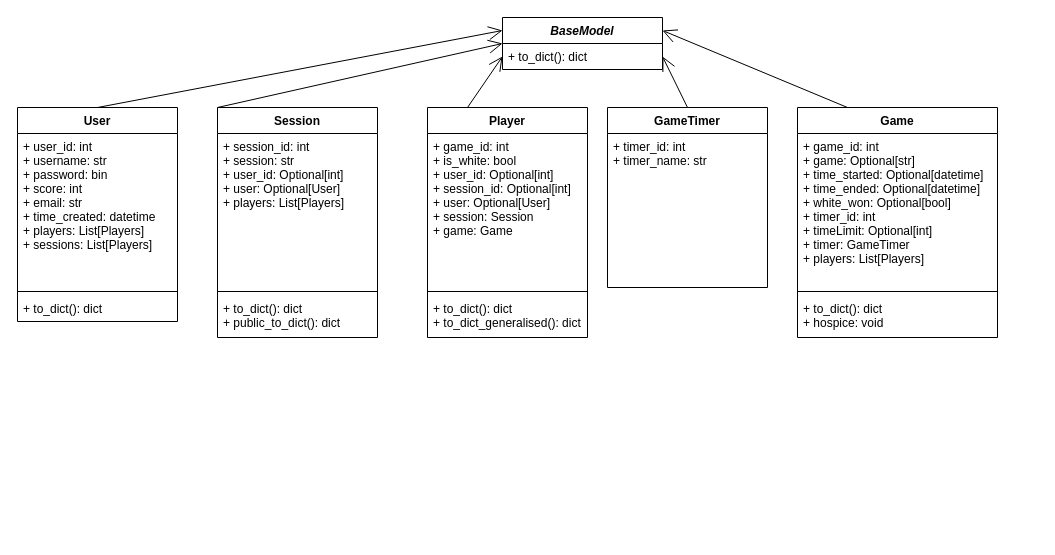
Before: public/nea/Models-Diagram.drawio in Ultrasonic1209/chess-app-frontend, a draw.io diagram. Source tidied: cells renumbered, new cells numbered last; positions are measured from the earlier drawing's top-left corner, leaving out a move shared by most shapes. Both pictures are drawn from the tidied source at 100%, with x=0, y=0 at pixel (17, 17).
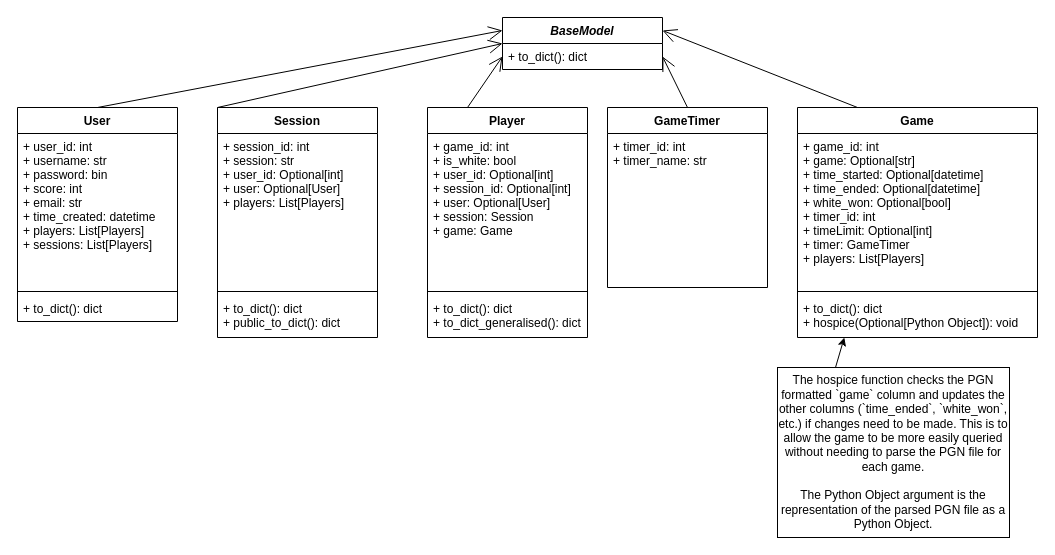
The same diagram, later.

What changed in the source:
```diff
@@
     <mxCell id="22" value="Game" style="swimlane;fontStyle=1;align=center;verticalAlign=top;horizontal=1;startSize=26;" parent="1" vertex="1">
-      <mxGeometry x="780" y="90" width="200" height="230" as="geometry" />
+      <mxGeometry x="780" y="90" width="240" height="230" as="geometry" />
     </mxCell>
     <mxCell id="23" value="+ game_id: int&#10;+ game: Optional[str]&#10;+ time_started: Optional[datetime]&#10;+ time_ended: Optional[datetime]&#10;+ white_won: Optional[bool]&#10;+ timer_id: int&#10;+ timeLimit: Optional[int]&#10;+ timer: GameTimer&#10;+ players: List[Players]" style="text;strokeColor=none;fillColor=none;align=left;verticalAlign=top;spacingLeft=4;spacingRight=4;overflow=hidden;" parent="22" vertex="1">
-      <mxGeometry y="26" width="200" height="154" as="geometry" />
+      <mxGeometry y="26" width="240" height="154" as="geometry" />
     </mxCell>
     <mxCell id="24" style="line;strokeWidth=1;fillColor=none;align=left;verticalAlign=middle;spacingTop=-1;spacingLeft=3;spacingRight=3;labelPosition=right;" parent="22" vertex="1">
-      <mxGeometry y="180" width="200" height="8" as="geometry" />
+      <mxGeometry y="180" width="240" height="8" as="geometry" />
     </mxCell>
-    <mxCell id="25" value="+ to_dict(): dict&#10;+ hospice: void" style="text;strokeColor=none;fillColor=none;align=left;verticalAlign=top;spacingLeft=4;spacingRight=4;overflow=hidden;points=[[0,0.5],[1,0.5]];portConstraint=eastwest;" parent="22" vertex="1">
-      <mxGeometry y="188" width="200" height="42" as="geometry" />
+    <mxCell id="25" value="+ to_dict(): dict&#10;+ hospice(Optional[Python Object]): void" style="text;strokeColor=none;fillColor=none;align=left;verticalAlign=top;spacingLeft=4;spacingRight=4;overflow=hidden;points=[[0,0.5],[1,0.5]];portConstraint=eastwest;" parent="22" vertex="1">
+      <mxGeometry y="188" width="240" height="42" as="geometry" />
     </mxCell>
@@
+    <mxCell id="27" style="endArrow=classic;html=1;entryX=0.195;entryY=1;entryDx=0;entryDy=0;entryPerimeter=0;exitX=0.25;exitY=0;exitDx=0;exitDy=0;" parent="1" edge="1" source="28" target="25">
+      <mxGeometry relative="1" as="geometry" />
+    </mxCell>
+    <mxCell id="28" value="The hospice function checks the PGN formatted `game` column and updates the other columns (`time_ended`, `white_won`, etc.) if changes need to be made. This is to allow the game to be more easily queried without needing to parse the PGN file for each game.&lt;br&gt;&lt;br&gt;The Python Object argument is the representation of the parsed PGN file as a Python Object." style="rounded=0;whiteSpace=wrap;html=1;" parent="1" vertex="1">
+      <mxGeometry x="760" y="350" width="232" height="170" as="geometry" />
+    </mxCell>
```
